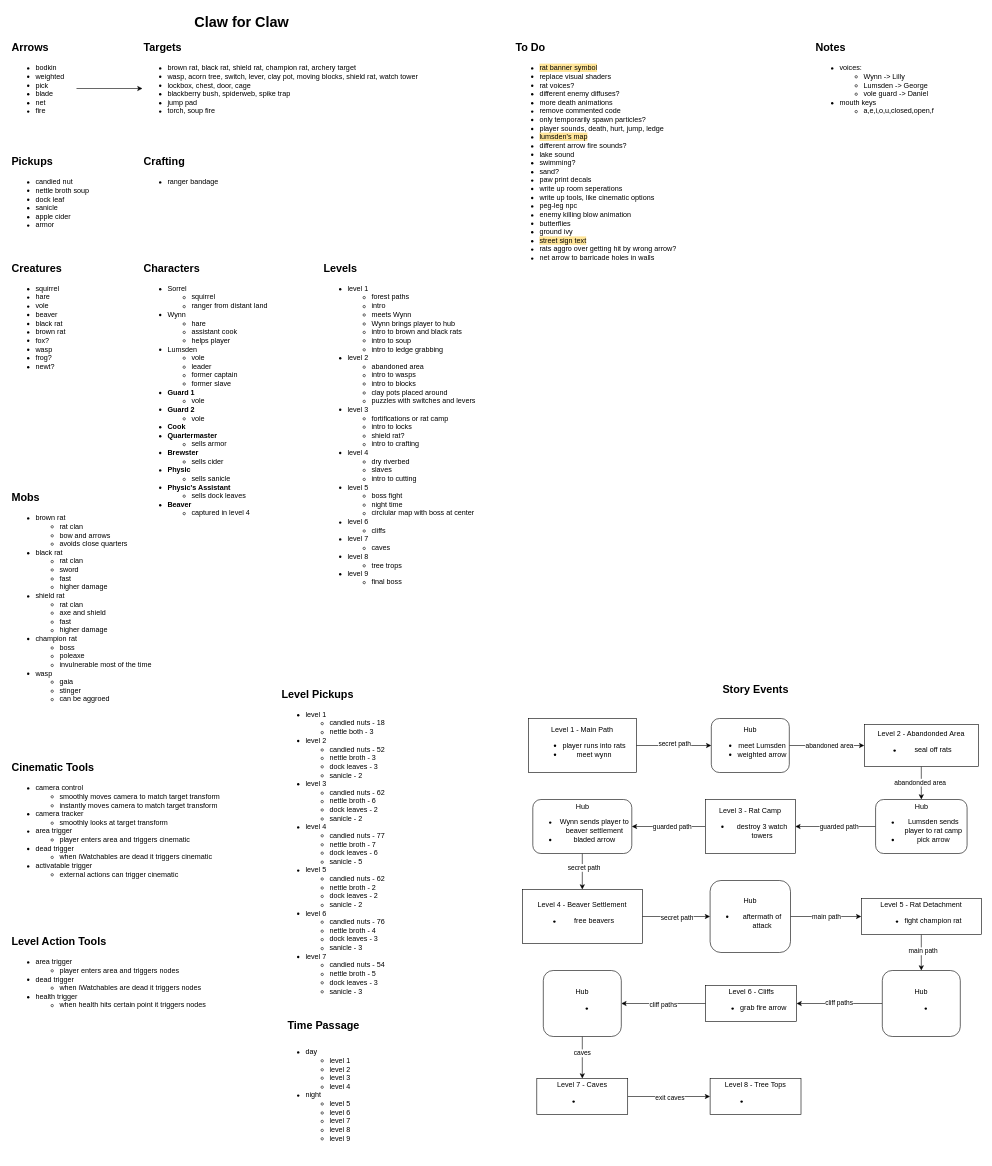
Before: Planning/design-doc.drawio in camerondedore/Godot-Project-3, a draw.io diagram. Source tidied: cells renumbered, new cells numbered last; positions are measured from the earlier drawing's top-left corner, leaving out a move shared by most shapes. Both pictures are drawn from the tidied source at 60%, with x=0, y=0 at pixel (10, 10).
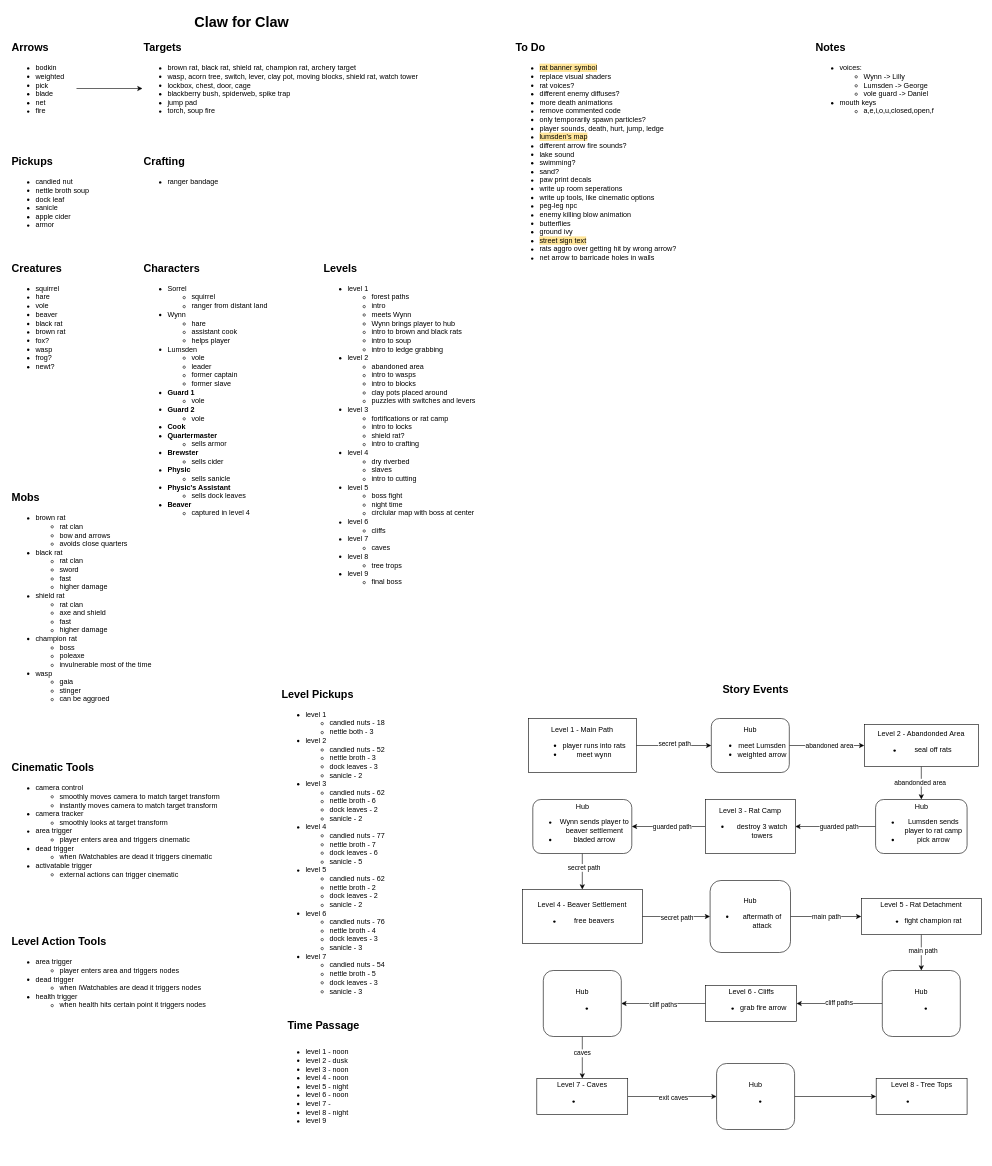
The same diagram, later.

The change refers to these unchanged cells:
```xml
<mxCell id="67" value="Level 7 - Caves&lt;div&gt;&lt;ul&gt;&lt;li&gt;&lt;br&gt;&lt;/li&gt;&lt;/ul&gt;&lt;/div&gt;" style="rounded=0;whiteSpace=wrap;html=1;" parent="1" vertex="1">
  <mxGeometry x="877.2" y="1780" width="151.5" height="60" as="geometry" />
</mxCell>
```

Change to the diagram source:
```diff
@@
-    <mxCell id="65" style="edgeStyle=orthogonalEdgeStyle;rounded=0;jettySize=auto;html=1;exitX=1;exitY=0.5;exitDx=0;exitDy=0;entryX=0;entryY=0.5;entryDx=0;entryDy=0;" parent="1" edge="1" source="67" target="68">
+    <mxCell id="65" style="edgeStyle=orthogonalEdgeStyle;rounded=0;jettySize=auto;html=1;exitX=1;exitY=0.5;exitDx=0;exitDy=0;entryX=0;entryY=0.5;entryDx=0;entryDy=0;" parent="1" edge="1" source="67" target="74">
       <mxGeometry relative="1" as="geometry" />
     </mxCell>
@@
-    <mxCell id="68" value="Level 8 - Tree Tops&lt;div&gt;&lt;div&gt;&lt;ul&gt;&lt;li&gt;&lt;br&gt;&lt;/li&gt;&lt;/ul&gt;&lt;/div&gt;&lt;/div&gt;" style="rounded=0;whiteSpace=wrap;html=1;" parent="1" vertex="1">
-      <mxGeometry x="1166" y="1780" width="151.5" height="60" as="geometry" />
-    </mxCell>
@@
-    <mxCell id="71" value="&lt;ul&gt;&lt;li&gt;day&lt;/li&gt;&lt;ul&gt;&lt;li&gt;level 1&lt;/li&gt;&lt;li&gt;level 2&lt;/li&gt;&lt;li&gt;level 3&lt;/li&gt;&lt;li&gt;level 4&lt;/li&gt;&lt;/ul&gt;&lt;li&gt;night&lt;/li&gt;&lt;ul&gt;&lt;li&gt;level 5&lt;/li&gt;&lt;li&gt;level 6&lt;/li&gt;&lt;li&gt;level 7&lt;/li&gt;&lt;li&gt;level 8&lt;/li&gt;&lt;li&gt;level 9&lt;/li&gt;&lt;/ul&gt;&lt;/ul&gt;" style="text;html=1;align=left;verticalAlign=top;whiteSpace=wrap;rounded=0;" parent="1" vertex="1">
+    <mxCell id="71" value="&lt;ul&gt;&lt;li&gt;&lt;span style=&quot;background-color: transparent; color: light-dark(rgb(0, 0, 0), rgb(255, 255, 255));&quot;&gt;level 1 - noon&lt;/span&gt;&lt;/li&gt;&lt;li&gt;&lt;span style=&quot;background-color: transparent; color: light-dark(rgb(0, 0, 0), rgb(255, 255, 255));&quot;&gt;level 2 - dusk&lt;/span&gt;&lt;/li&gt;&lt;li&gt;&lt;span style=&quot;background-color: transparent; color: light-dark(rgb(0, 0, 0), rgb(255, 255, 255));&quot;&gt;level 3 - noon&lt;/span&gt;&lt;/li&gt;&lt;li&gt;&lt;span style=&quot;background-color: transparent; color: light-dark(rgb(0, 0, 0), rgb(255, 255, 255));&quot;&gt;level 4 - noon&lt;/span&gt;&lt;/li&gt;&lt;li&gt;&lt;span style=&quot;background-color: transparent; color: light-dark(rgb(0, 0, 0), rgb(255, 255, 255));&quot;&gt;level 5 - night&lt;/span&gt;&lt;/li&gt;&lt;li&gt;&lt;span style=&quot;background-color: transparent; color: light-dark(rgb(0, 0, 0), rgb(255, 255, 255));&quot;&gt;level 6 - noon&lt;/span&gt;&lt;/li&gt;&lt;li&gt;&lt;span style=&quot;background-color: transparent; color: light-dark(rgb(0, 0, 0), rgb(255, 255, 255));&quot;&gt;level 7 -&amp;nbsp;&lt;/span&gt;&lt;/li&gt;&lt;li&gt;&lt;span style=&quot;background-color: transparent; color: light-dark(rgb(0, 0, 0), rgb(255, 255, 255));&quot;&gt;level 8 - night&lt;/span&gt;&lt;/li&gt;&lt;li&gt;&lt;span style=&quot;background-color: transparent; color: light-dark(rgb(0, 0, 0), rgb(255, 255, 255));&quot;&gt;level 9&lt;/span&gt;&lt;/li&gt;&lt;/ul&gt;" style="text;html=1;align=left;verticalAlign=top;whiteSpace=wrap;rounded=0;" parent="1" vertex="1">
       <mxGeometry x="450" y="1710" width="280" height="200" as="geometry" />
     </mxCell>
@@
+    <mxCell id="68" value="Level 8 - Tree Tops&lt;div&gt;&lt;div&gt;&lt;ul&gt;&lt;li&gt;&lt;br&gt;&lt;/li&gt;&lt;/ul&gt;&lt;/div&gt;&lt;/div&gt;" style="rounded=0;whiteSpace=wrap;html=1;" parent="1" vertex="1">
+      <mxGeometry x="1442.8" y="1780" width="151.5" height="60" as="geometry" />
+    </mxCell>
+    <mxCell id="73" style="edgeStyle=orthogonalEdgeStyle;rounded=0;jettySize=auto;html=1;exitX=1;exitY=0.5;exitDx=0;exitDy=0;entryX=0;entryY=0.5;entryDx=0;entryDy=0;" parent="1" edge="1" source="74" target="68">
+      <mxGeometry relative="1" as="geometry" />
+    </mxCell>
+    <mxCell id="74" value="Hub&lt;div&gt;&lt;ul&gt;&lt;li&gt;&lt;br&gt;&lt;/li&gt;&lt;/ul&gt;&lt;/div&gt;" style="rounded=1;whiteSpace=wrap;html=1;" parent="1" vertex="1">
+      <mxGeometry x="1176.8" y="1755" width="130" height="110" as="geometry" />
+    </mxCell>
```
